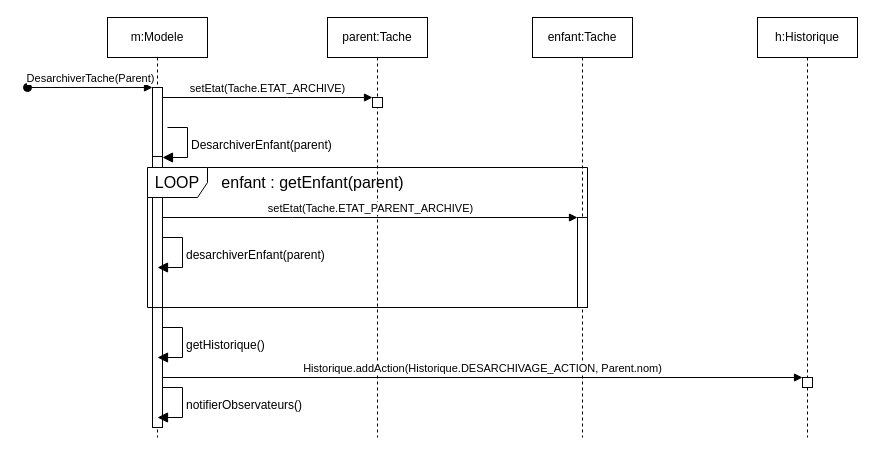
Earlier version of the draw.io diagram Documents/Iteration4/diagramme_sequence_desarchivage.drawio (LucDechezlepretre/SAE_3.01-Trellol). Source tidied: cells renumbered, new cells numbered last; positions are measured from the earlier drawing's top-left corner, leaving out a move shared by most shapes. Both pictures are drawn from the tidied source at 100%, with x=0, y=0 at pixel (27, 17).
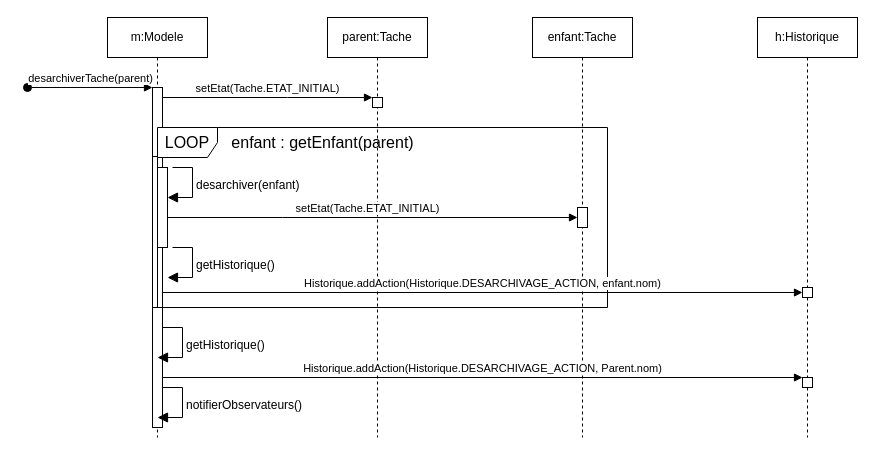
Above is the later version.

Commit message (it also covers changes not shown here):
Correction du diagramme de sequence de desarchivage

The change refers to these unchanged cells:
```xml
<mxCell id="2" value="m:Modele" style="shape=umlLifeline;perimeter=lifelinePerimeter;whiteSpace=wrap;html=1;newEdgeStyle={&quot;edgeStyle&quot;:&quot;elbowEdgeStyle&quot;,&quot;elbow&quot;:&quot;vertical&quot;,&quot;curved&quot;:0,&quot;rounded&quot;:0};" parent="1" vertex="1">
  <mxGeometry x="80" width="100" height="420" as="geometry" />
</mxCell>
<mxCell id="3" style="html=1;points=[];perimeter=orthogonalPerimeter;outlineConnect=0;targetShapes=umlLifeline;portConstraint=eastwest;newEdgeStyle={&quot;edgeStyle&quot;:&quot;elbowEdgeStyle&quot;,&quot;elbow&quot;:&quot;vertical&quot;,&quot;curved&quot;:0,&quot;rounded&quot;:0};" parent="2" vertex="1">
  <mxGeometry x="45" y="70" width="10" height="340" as="geometry" />
</mxCell>
<mxCell id="6" style="html=1;points=[];perimeter=orthogonalPerimeter;outlineConnect=0;targetShapes=umlLifeline;portConstraint=eastwest;newEdgeStyle={&quot;edgeStyle&quot;:&quot;elbowEdgeStyle&quot;,&quot;elbow&quot;:&quot;vertical&quot;,&quot;curved&quot;:0,&quot;rounded&quot;:0};" parent="2" vertex="1">
  <mxGeometry x="45" y="139" width="10" height="151" as="geometry" />
</mxCell>
<mxCell id="8" style="html=1;points=[];perimeter=orthogonalPerimeter;outlineConnect=0;targetShapes=umlLifeline;portConstraint=eastwest;newEdgeStyle={&quot;edgeStyle&quot;:&quot;elbowEdgeStyle&quot;,&quot;elbow&quot;:&quot;vertical&quot;,&quot;curved&quot;:0,&quot;rounded&quot;:0};" parent="7" vertex="1">
  <mxGeometry x="45" y="80" width="10" height="10" as="geometry" />
</mxCell>
<mxCell id="10" value="enfant:Tache" style="shape=umlLifeline;perimeter=lifelinePerimeter;whiteSpace=wrap;html=1;newEdgeStyle={&quot;edgeStyle&quot;:&quot;elbowEdgeStyle&quot;,&quot;elbow&quot;:&quot;vertical&quot;,&quot;curved&quot;:0,&quot;rounded&quot;:0};" parent="1" vertex="1">
  <mxGeometry x="505" width="100" height="420" as="geometry" />
</mxCell>
<mxCell id="16" value="h:Historique" style="shape=umlLifeline;perimeter=lifelinePerimeter;whiteSpace=wrap;html=1;newEdgeStyle={&quot;edgeStyle&quot;:&quot;elbowEdgeStyle&quot;,&quot;elbow&quot;:&quot;vertical&quot;,&quot;curved&quot;:0,&quot;rounded&quot;:0};" parent="1" vertex="1">
  <mxGeometry x="730" width="100" height="420" as="geometry" />
</mxCell>
```

The edit, as a diff of the source:
```diff
@@
-    <mxCell id="4" value="DesarchiverTache(Parent)" style="html=1;verticalAlign=bottom;startArrow=oval;endArrow=block;startSize=8;edgeStyle=elbowEdgeStyle;elbow=vertical;curved=0;rounded=0;" parent="2" edge="1" target="3">
-      <mxGeometry relative="1" as="geometry">
-        <mxPoint x="-80" y="70" as="sourcePoint" />
-      </mxGeometry>
-    </mxCell>
-    <mxCell id="5" value="DesarchiverEnfant(parent)" style="html=1;align=left;spacingLeft=2;endArrow=block;rounded=0;edgeStyle=orthogonalEdgeStyle;curved=0;rounded=0;fontSize=12;startSize=8;endSize=8;" parent="2" edge="1">
-      <mxGeometry relative="1" as="geometry">
-        <mxPoint x="60" y="110" as="sourcePoint" />
-        <mxPoint x="55" y="140" as="targetPoint" />
-        <Array as="points">
-          <mxPoint x="80" y="140" />
-        </Array>
-      </mxGeometry>
-    </mxCell>
+    <mxCell id="21" value="desarchiverTache(parent)" style="html=1;verticalAlign=bottom;startArrow=oval;endArrow=block;startSize=8;edgeStyle=elbowEdgeStyle;elbow=vertical;curved=0;rounded=0;" parent="2" edge="1" target="3">
+      <mxGeometry relative="1" as="geometry">
+        <mxPoint x="-80" y="70" as="sourcePoint" />
+      </mxGeometry>
+    </mxCell>
@@
-    <mxCell id="9" value="setEtat(Tache.ETAT_ARCHIVE)" style="html=1;verticalAlign=bottom;endArrow=block;edgeStyle=elbowEdgeStyle;elbow=vertical;curved=0;rounded=0;" parent="1" edge="1" source="3" target="8">
+    <mxCell id="9" value="setEtat(Tache.ETAT_INITIAL)" style="html=1;verticalAlign=bottom;endArrow=block;edgeStyle=elbowEdgeStyle;elbow=horizontal;curved=0;rounded=0;" parent="1" edge="1" source="3" target="8">
       <mxGeometry relative="1" as="geometry">
         <Array as="points">
           <mxPoint x="260" y="80" />
         </Array>
       </mxGeometry>
     </mxCell>
@@
-    <mxCell id="11" style="html=1;points=[];perimeter=orthogonalPerimeter;outlineConnect=0;targetShapes=umlLifeline;portConstraint=eastwest;newEdgeStyle={&quot;edgeStyle&quot;:&quot;elbowEdgeStyle&quot;,&quot;elbow&quot;:&quot;vertical&quot;,&quot;curved&quot;:0,&quot;rounded&quot;:0};" parent="10" vertex="1">
-      <mxGeometry x="45" y="200" width="10" height="90" as="geometry" />
-    </mxCell>
+    <mxCell id="22" style="html=1;perimeter=orthogonalPerimeter;targetShapes=umlLifeline;newEdgeStyle={&quot;edgeStyle&quot;:&quot;elbowEdgeStyle&quot;,&quot;elbow&quot;:&quot;vertical&quot;,&quot;curved&quot;:0,&quot;rounded&quot;:0};" parent="10" vertex="1">
+      <mxGeometry x="45" y="190" width="10" height="20" as="geometry" />
+    </mxCell>
     <mxCell id="12" value="LOOP" style="shape=umlFrame;whiteSpace=wrap;html=1;fontSize=16;" parent="1" vertex="1">
-      <mxGeometry x="120" y="150" width="440" height="140" as="geometry" />
+      <mxGeometry x="130" y="110" width="450" height="180" as="geometry" />
     </mxCell>
     <mxCell id="13" value="enfant :&amp;nbsp;getEnfant(parent)" style="text;html=1;align=center;verticalAlign=middle;strokeColor=none;fillColor=none;fontSize=16;" parent="1" vertex="1">
-      <mxGeometry x="180" y="150" width="210" height="30" as="geometry" />
+      <mxGeometry x="190" y="110" width="210" height="30" as="geometry" />
     </mxCell>
-    <mxCell id="14" value="setEtat(Tache.ETAT_PARENT_ARCHIVE)" style="html=1;verticalAlign=bottom;endArrow=block;edgeStyle=elbowEdgeStyle;elbow=vertical;curved=0;rounded=0;" parent="1" edge="1" source="6" target="11">
-      <mxGeometry relative="1" as="geometry">
-        <Array as="points">
-          <mxPoint x="265" y="200" />
-        </Array>
-      </mxGeometry>
-    </mxCell>
-    <mxCell id="15" value="desarchiverEnfant(parent)" style="html=1;align=left;spacingLeft=2;endArrow=block;rounded=0;edgeStyle=orthogonalEdgeStyle;curved=0;rounded=0;fontSize=12;startSize=8;endSize=8;" parent="1" edge="1">
-      <mxGeometry relative="1" as="geometry">
-        <mxPoint x="135" y="220" as="sourcePoint" />
-        <mxPoint x="130" y="250" as="targetPoint" />
-        <Array as="points">
-          <mxPoint x="155" y="250" />
-        </Array>
-      </mxGeometry>
-    </mxCell>
+    <mxCell id="23" value="desarchiver(enfant)" style="html=1;align=left;spacingLeft=2;endArrow=block;rounded=0;edgeStyle=orthogonalEdgeStyle;curved=0;rounded=0;fontSize=12;startSize=8;endSize=8;" parent="1" edge="1">
+      <mxGeometry relative="1" as="geometry">
+        <mxPoint x="145" y="150" as="sourcePoint" />
+        <mxPoint x="140" y="180" as="targetPoint" />
+        <Array as="points">
+          <mxPoint x="165" y="180" />
+        </Array>
+      </mxGeometry>
+    </mxCell>
@@
-    <mxCell id="17" value="getHistorique()" style="html=1;align=left;spacingLeft=2;endArrow=block;rounded=0;edgeStyle=orthogonalEdgeStyle;curved=0;rounded=0;fontSize=12;startSize=8;endSize=8;" parent="1" edge="1">
-      <mxGeometry relative="1" as="geometry">
-        <mxPoint x="135" y="310" as="sourcePoint" />
-        <mxPoint x="130" y="340" as="targetPoint" />
-        <Array as="points">
-          <mxPoint x="155" y="340" />
-        </Array>
-      </mxGeometry>
-    </mxCell>
+    <mxCell id="24" style="html=1;perimeter=orthogonalPerimeter;targetShapes=umlLifeline;newEdgeStyle={&quot;edgeStyle&quot;:&quot;elbowEdgeStyle&quot;,&quot;elbow&quot;:&quot;vertical&quot;,&quot;curved&quot;:0,&quot;rounded&quot;:0};" parent="16" vertex="1">
+      <mxGeometry x="45" y="270" width="10" height="10" as="geometry" />
+    </mxCell>
+    <mxCell id="25" value="getHistorique()" style="html=1;align=left;spacingLeft=2;endArrow=block;rounded=0;edgeStyle=orthogonalEdgeStyle;curved=0;rounded=0;fontSize=12;startSize=8;endSize=8;" parent="1" edge="1">
+      <mxGeometry relative="1" as="geometry">
+        <mxPoint x="135" y="310" as="sourcePoint" />
+        <mxPoint x="130" y="340" as="targetPoint" />
+        <Array as="points">
+          <mxPoint x="155" y="340" />
+        </Array>
+      </mxGeometry>
+    </mxCell>
-    <mxCell id="18" value="Historique.addAction(Historique.DESARCHIVAGE_ACTION, Parent.nom)" style="html=1;verticalAlign=bottom;endArrow=block;edgeStyle=elbowEdgeStyle;elbow=vertical;curved=0;rounded=0;" parent="1" edge="1" source="3" target="19">
+    <mxCell id="18" value="Historique.addAction(Historique.DESARCHIVAGE_ACTION, Parent.nom)" style="html=1;verticalAlign=bottom;endArrow=block;edgeStyle=elbowEdgeStyle;elbow=vertical;curved=0;rounded=0;" parent="1" edge="1" source="3" target="26">
       <mxGeometry relative="1" as="geometry">
         <Array as="points">
           <mxPoint x="272.5" y="360" />
         </Array>
       </mxGeometry>
     </mxCell>
-    <mxCell id="19" style="html=1;points=[];perimeter=orthogonalPerimeter;outlineConnect=0;targetShapes=umlLifeline;portConstraint=eastwest;newEdgeStyle={&quot;edgeStyle&quot;:&quot;elbowEdgeStyle&quot;,&quot;elbow&quot;:&quot;vertical&quot;,&quot;curved&quot;:0,&quot;rounded&quot;:0};" parent="1" vertex="1">
-      <mxGeometry x="775" y="360" width="10" height="10" as="geometry" />
-    </mxCell>
+    <mxCell id="26" style="html=1;points=[];perimeter=orthogonalPerimeter;outlineConnect=0;targetShapes=umlLifeline;portConstraint=eastwest;newEdgeStyle={&quot;edgeStyle&quot;:&quot;elbowEdgeStyle&quot;,&quot;elbow&quot;:&quot;vertical&quot;,&quot;curved&quot;:0,&quot;rounded&quot;:0};" parent="1" vertex="1">
+      <mxGeometry x="775" y="360" width="10" height="10" as="geometry" />
+    </mxCell>
@@
+    <mxCell id="27" value="setEtat(Tache.ETAT_INITIAL)" style="html=1;verticalAlign=bottom;endArrow=block;edgeStyle=elbowEdgeStyle;elbow=horizontal;curved=0;rounded=0;" parent="1" edge="1">
+      <mxGeometry relative="1" as="geometry">
+        <mxPoint x="130" y="200" as="sourcePoint" />
+        <mxPoint x="550" y="200" as="targetPoint" />
+        <Array as="points">
+          <mxPoint x="255" y="200" />
+        </Array>
+      </mxGeometry>
+    </mxCell>
+    <mxCell id="28" style="rounded=0;whiteSpace=wrap;html=1;" parent="1" vertex="1">
+      <mxGeometry x="130" y="150" width="10" height="80" as="geometry" />
+    </mxCell>
+    <mxCell id="29" value="Historique.addAction(Historique.DESARCHIVAGE_ACTION, enfant.nom)" style="html=1;verticalAlign=bottom;endArrow=block;edgeStyle=elbowEdgeStyle;elbow=vertical;curved=0;rounded=0;" parent="1" edge="1">
+      <mxGeometry relative="1" as="geometry">
+        <mxPoint x="135" y="275" as="sourcePoint" />
+        <mxPoint x="775" y="275" as="targetPoint" />
+        <Array as="points">
+          <mxPoint x="272.5" y="275" />
+        </Array>
+      </mxGeometry>
+    </mxCell>
+    <mxCell id="30" value="getHistorique()" style="html=1;align=left;spacingLeft=2;endArrow=block;rounded=0;edgeStyle=orthogonalEdgeStyle;curved=0;rounded=0;fontSize=12;startSize=8;endSize=8;" parent="1" edge="1">
+      <mxGeometry relative="1" as="geometry">
+        <mxPoint x="145" y="230" as="sourcePoint" />
+        <mxPoint x="140" y="260" as="targetPoint" />
+        <Array as="points">
+          <mxPoint x="165" y="260" />
+        </Array>
+      </mxGeometry>
+    </mxCell>
```
